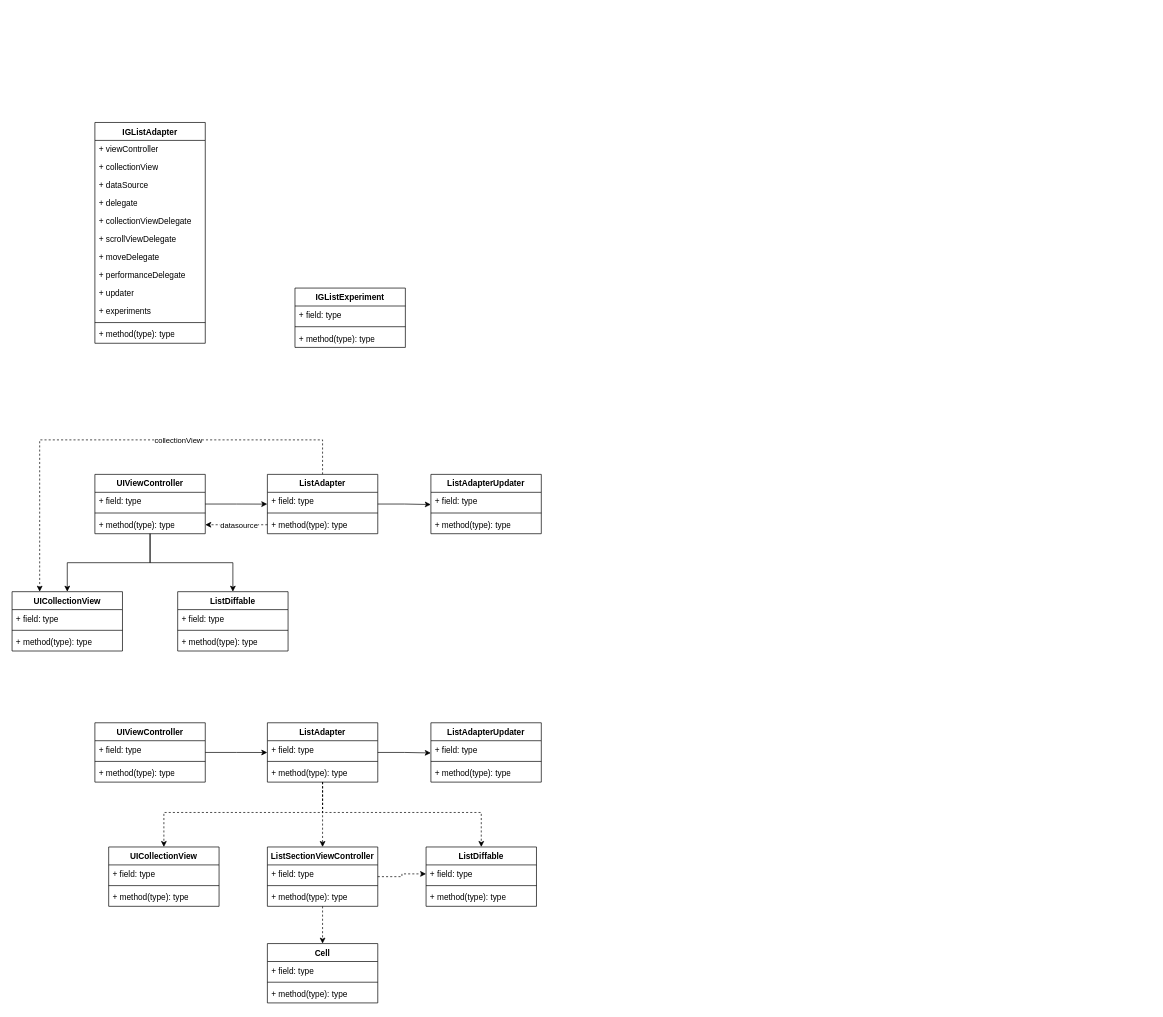
This is iglist.drawio from baochuquan/drawio, a draw.io file, before an edit. Source tidied: cells renumbered, new cells numbered last; positions are measured from the earlier drawing's top-left corner, leaving out a move shared by most shapes. Both pictures are drawn from the tidied source at 69%, with x=0, y=0 at pixel (12, 122).
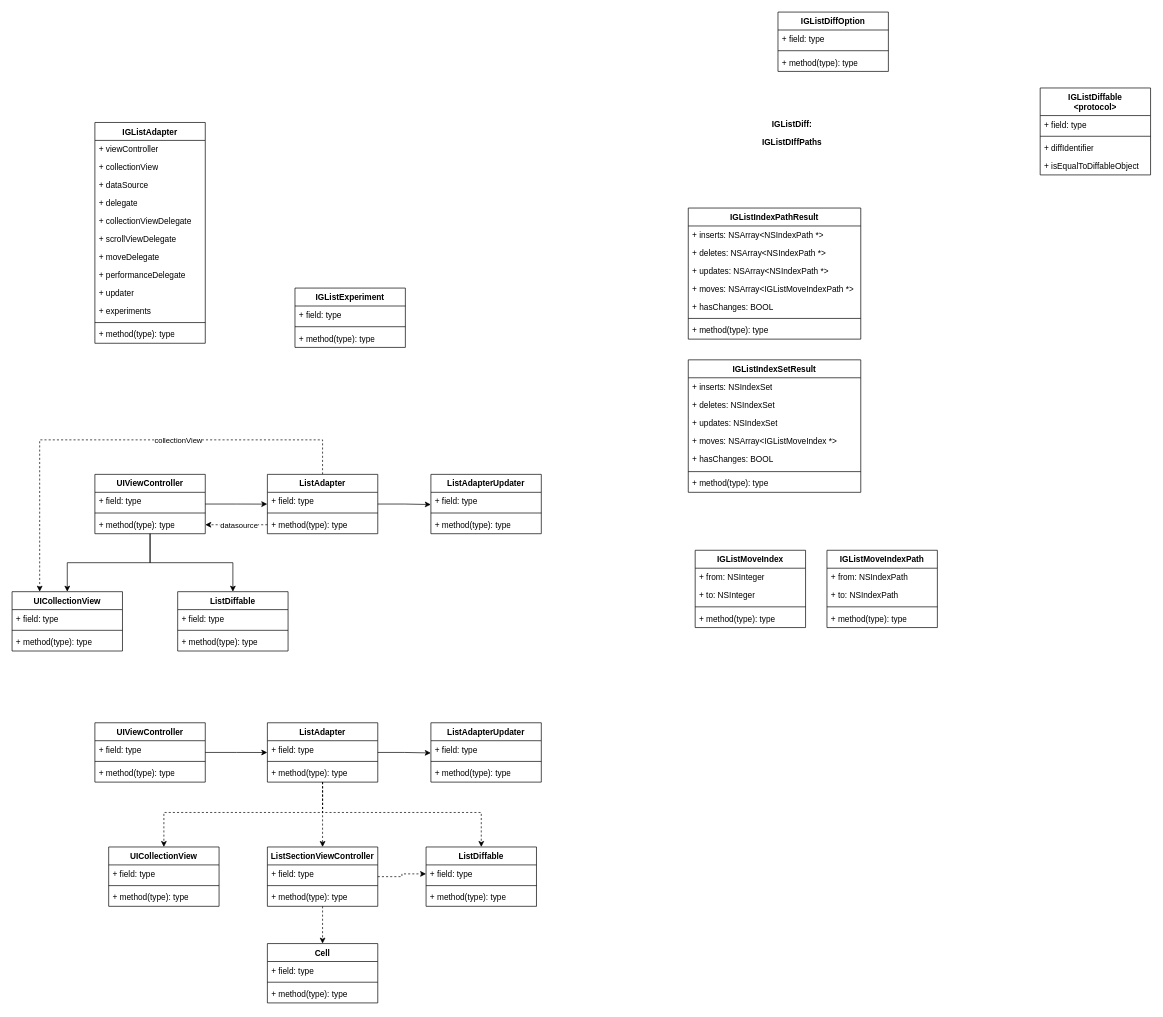
After the change.

What changed in the source:
```diff
@@
+    <mxCell id="82" value="IGListDiffable&lt;br&gt;&amp;lt;protocol&amp;gt;" style="swimlane;fontStyle=1;align=center;verticalAlign=top;horizontal=1;startSize=40;whiteSpace=wrap;html=1;" parent="1" vertex="1">
+      <mxGeometry x="1490" y="-50" width="160" height="126" as="geometry" />
+    </mxCell>
+    <mxCell id="83" value="+ field: type" style="text;strokeColor=none;fillColor=none;align=left;verticalAlign=top;spacingLeft=4;spacingRight=4;overflow=hidden;whiteSpace=wrap;html=1;" parent="82" vertex="1">
+      <mxGeometry y="40" width="160" height="26" as="geometry" />
+    </mxCell>
+    <mxCell id="84" style="line;strokeWidth=1;fillColor=none;align=left;verticalAlign=middle;spacingTop=-1;spacingLeft=3;spacingRight=3;labelPosition=right;strokeColor=inherit;" parent="82" vertex="1">
+      <mxGeometry y="66" width="160" height="8" as="geometry" />
+    </mxCell>
+    <mxCell id="85" value="+ diffIdentifier" style="text;strokeColor=none;fillColor=none;align=left;verticalAlign=top;spacingLeft=4;spacingRight=4;overflow=hidden;whiteSpace=wrap;html=1;" parent="82" vertex="1">
+      <mxGeometry y="74" width="160" height="26" as="geometry" />
+    </mxCell>
+    <mxCell id="86" value="+ isEqualToDiffableObject" style="text;strokeColor=none;fillColor=none;align=left;verticalAlign=top;spacingLeft=4;spacingRight=4;overflow=hidden;whiteSpace=wrap;html=1;" parent="82" vertex="1">
+      <mxGeometry y="100" width="160" height="26" as="geometry" />
+    </mxCell>
+    <mxCell id="87" value="IGListDiffOption" style="swimlane;fontStyle=1;align=center;verticalAlign=top;horizontal=1;startSize=26;whiteSpace=wrap;html=1;" parent="1" vertex="1">
+      <mxGeometry x="1110" y="-160" width="160" height="86" as="geometry" />
+    </mxCell>
+    <mxCell id="88" value="+ field: type" style="text;strokeColor=none;fillColor=none;align=left;verticalAlign=top;spacingLeft=4;spacingRight=4;overflow=hidden;whiteSpace=wrap;html=1;" parent="87" vertex="1">
+      <mxGeometry y="26" width="160" height="26" as="geometry" />
+    </mxCell>
+    <mxCell id="89" style="line;strokeWidth=1;fillColor=none;align=left;verticalAlign=middle;spacingTop=-1;spacingLeft=3;spacingRight=3;labelPosition=right;strokeColor=inherit;" parent="87" vertex="1">
+      <mxGeometry y="52" width="160" height="8" as="geometry" />
+    </mxCell>
+    <mxCell id="90" value="+ method(type): type" style="text;strokeColor=none;fillColor=none;align=left;verticalAlign=top;spacingLeft=4;spacingRight=4;overflow=hidden;whiteSpace=wrap;html=1;" parent="87" vertex="1">
+      <mxGeometry y="60" width="160" height="26" as="geometry" />
+    </mxCell>
+    <mxCell id="91" value="IGListDiff:" style="text;align=center;fontStyle=1;verticalAlign=middle;spacingLeft=3;spacingRight=3;strokeColor=none;html=1;" parent="1" vertex="1">
+      <mxGeometry x="1090" y="-10" width="80" height="26" as="geometry" />
+    </mxCell>
+    <mxCell id="92" value="IGListDIffPaths" style="text;align=center;fontStyle=1;verticalAlign=middle;spacingLeft=3;spacingRight=3;strokeColor=none;html=1;" parent="1" vertex="1">
+      <mxGeometry x="1090" y="16" width="80" height="26" as="geometry" />
+    </mxCell>
+    <mxCell id="93" value="IGListIndexSetResult" style="swimlane;fontStyle=1;align=center;verticalAlign=top;horizontal=1;startSize=26;whiteSpace=wrap;html=1;" parent="1" vertex="1">
+      <mxGeometry x="980" y="344" width="250" height="192" as="geometry" />
+    </mxCell>
+    <mxCell id="94" value="+ inserts: NSIndexSet" style="text;strokeColor=none;fillColor=none;align=left;verticalAlign=top;spacingLeft=4;spacingRight=4;overflow=hidden;whiteSpace=wrap;html=1;" parent="93" vertex="1">
+      <mxGeometry y="26" width="250" height="26" as="geometry" />
+    </mxCell>
+    <mxCell id="95" value="+ deletes: NSIndexSet" style="text;strokeColor=none;fillColor=none;align=left;verticalAlign=top;spacingLeft=4;spacingRight=4;overflow=hidden;whiteSpace=wrap;html=1;" parent="93" vertex="1">
+      <mxGeometry y="52" width="250" height="26" as="geometry" />
+    </mxCell>
+    <mxCell id="96" value="+ updates: NSIndexSet" style="text;strokeColor=none;fillColor=none;align=left;verticalAlign=top;spacingLeft=4;spacingRight=4;overflow=hidden;whiteSpace=wrap;html=1;" parent="93" vertex="1">
+      <mxGeometry y="78" width="250" height="26" as="geometry" />
+    </mxCell>
+    <mxCell id="97" value="+ moves: NSArray&amp;lt;IGListMoveIndex *&amp;gt;" style="text;strokeColor=none;fillColor=none;align=left;verticalAlign=top;spacingLeft=4;spacingRight=4;overflow=hidden;whiteSpace=wrap;html=1;" parent="93" vertex="1">
+      <mxGeometry y="104" width="250" height="26" as="geometry" />
+    </mxCell>
+    <mxCell id="98" value="+ hasChanges: BOOL" style="text;strokeColor=none;fillColor=none;align=left;verticalAlign=top;spacingLeft=4;spacingRight=4;overflow=hidden;whiteSpace=wrap;html=1;" parent="93" vertex="1">
+      <mxGeometry y="130" width="250" height="28" as="geometry" />
+    </mxCell>
+    <mxCell id="99" style="line;strokeWidth=1;fillColor=none;align=left;verticalAlign=middle;spacingTop=-1;spacingLeft=3;spacingRight=3;labelPosition=right;strokeColor=inherit;" parent="93" vertex="1">
+      <mxGeometry y="158" width="250" height="8" as="geometry" />
+    </mxCell>
+    <mxCell id="100" value="+ method(type): type" style="text;strokeColor=none;fillColor=none;align=left;verticalAlign=top;spacingLeft=4;spacingRight=4;overflow=hidden;whiteSpace=wrap;html=1;" parent="93" vertex="1">
+      <mxGeometry y="166" width="250" height="26" as="geometry" />
+    </mxCell>
+    <mxCell id="101" value="IGListIndexPathResult" style="swimlane;fontStyle=1;align=center;verticalAlign=top;horizontal=1;startSize=26;whiteSpace=wrap;html=1;" parent="1" vertex="1">
+      <mxGeometry x="980" y="124" width="250" height="190" as="geometry" />
+    </mxCell>
+    <mxCell id="102" value="+ inserts: NSArray&amp;lt;NSIndexPath *&amp;gt;" style="text;strokeColor=none;fillColor=none;align=left;verticalAlign=top;spacingLeft=4;spacingRight=4;overflow=hidden;whiteSpace=wrap;html=1;" parent="101" vertex="1">
+      <mxGeometry y="26" width="250" height="26" as="geometry" />
+    </mxCell>
+    <mxCell id="103" value="+ deletes: NSArray&amp;lt;NSIndexPath *&amp;gt;" style="text;strokeColor=none;fillColor=none;align=left;verticalAlign=top;spacingLeft=4;spacingRight=4;overflow=hidden;whiteSpace=wrap;html=1;" parent="101" vertex="1">
+      <mxGeometry y="52" width="250" height="26" as="geometry" />
+    </mxCell>
+    <mxCell id="104" value="+ updates: NSArray&amp;lt;NSIndexPath *&amp;gt;" style="text;strokeColor=none;fillColor=none;align=left;verticalAlign=top;spacingLeft=4;spacingRight=4;overflow=hidden;whiteSpace=wrap;html=1;" parent="101" vertex="1">
+      <mxGeometry y="78" width="250" height="26" as="geometry" />
+    </mxCell>
+    <mxCell id="105" value="+ moves: NSArray&amp;lt;IGListMoveIndexPath *&amp;gt;" style="text;strokeColor=none;fillColor=none;align=left;verticalAlign=top;spacingLeft=4;spacingRight=4;overflow=hidden;whiteSpace=wrap;html=1;" parent="101" vertex="1">
+      <mxGeometry y="104" width="250" height="26" as="geometry" />
+    </mxCell>
+    <mxCell id="106" value="+ hasChanges: BOOL" style="text;strokeColor=none;fillColor=none;align=left;verticalAlign=top;spacingLeft=4;spacingRight=4;overflow=hidden;whiteSpace=wrap;html=1;" parent="101" vertex="1">
+      <mxGeometry y="130" width="250" height="26" as="geometry" />
+    </mxCell>
+    <mxCell id="107" style="line;strokeWidth=1;fillColor=none;align=left;verticalAlign=middle;spacingTop=-1;spacingLeft=3;spacingRight=3;labelPosition=right;strokeColor=inherit;" parent="101" vertex="1">
+      <mxGeometry y="156" width="250" height="8" as="geometry" />
+    </mxCell>
+    <mxCell id="108" value="+ method(type): type" style="text;strokeColor=none;fillColor=none;align=left;verticalAlign=top;spacingLeft=4;spacingRight=4;overflow=hidden;whiteSpace=wrap;html=1;" parent="101" vertex="1">
+      <mxGeometry y="164" width="250" height="26" as="geometry" />
+    </mxCell>
+    <mxCell id="109" value="IGListMoveIndex" style="swimlane;fontStyle=1;align=center;verticalAlign=top;horizontal=1;startSize=26;whiteSpace=wrap;html=1;" parent="1" vertex="1">
+      <mxGeometry x="990" y="620" width="160" height="112" as="geometry" />
+    </mxCell>
+    <mxCell id="110" value="+ from: NSInteger" style="text;strokeColor=none;fillColor=none;align=left;verticalAlign=top;spacingLeft=4;spacingRight=4;overflow=hidden;whiteSpace=wrap;html=1;" parent="109" vertex="1">
+      <mxGeometry y="26" width="160" height="26" as="geometry" />
+    </mxCell>
+    <mxCell id="111" value="+ to: NSInteger" style="text;strokeColor=none;fillColor=none;align=left;verticalAlign=top;spacingLeft=4;spacingRight=4;overflow=hidden;whiteSpace=wrap;html=1;" parent="109" vertex="1">
+      <mxGeometry y="52" width="160" height="26" as="geometry" />
+    </mxCell>
+    <mxCell id="112" style="line;strokeWidth=1;fillColor=none;align=left;verticalAlign=middle;spacingTop=-1;spacingLeft=3;spacingRight=3;labelPosition=right;strokeColor=inherit;" parent="109" vertex="1">
+      <mxGeometry y="78" width="160" height="8" as="geometry" />
+    </mxCell>
+    <mxCell id="113" value="+ method(type): type" style="text;strokeColor=none;fillColor=none;align=left;verticalAlign=top;spacingLeft=4;spacingRight=4;overflow=hidden;whiteSpace=wrap;html=1;" parent="109" vertex="1">
+      <mxGeometry y="86" width="160" height="26" as="geometry" />
+    </mxCell>
+    <mxCell id="114" value="IGListMoveIndexPath" style="swimlane;fontStyle=1;align=center;verticalAlign=top;horizontal=1;startSize=26;whiteSpace=wrap;html=1;" parent="1" vertex="1">
+      <mxGeometry x="1181" y="620" width="160" height="112" as="geometry" />
+    </mxCell>
+    <mxCell id="115" value="+ from: NSIndexPath" style="text;strokeColor=none;fillColor=none;align=left;verticalAlign=top;spacingLeft=4;spacingRight=4;overflow=hidden;whiteSpace=wrap;html=1;" parent="114" vertex="1">
+      <mxGeometry y="26" width="160" height="26" as="geometry" />
+    </mxCell>
+    <mxCell id="116" value="+ to: NSIndexPath" style="text;strokeColor=none;fillColor=none;align=left;verticalAlign=top;spacingLeft=4;spacingRight=4;overflow=hidden;whiteSpace=wrap;html=1;" parent="114" vertex="1">
+      <mxGeometry y="52" width="160" height="26" as="geometry" />
+    </mxCell>
+    <mxCell id="117" style="line;strokeWidth=1;fillColor=none;align=left;verticalAlign=middle;spacingTop=-1;spacingLeft=3;spacingRight=3;labelPosition=right;strokeColor=inherit;" parent="114" vertex="1">
+      <mxGeometry y="78" width="160" height="8" as="geometry" />
+    </mxCell>
+    <mxCell id="118" value="+ method(type): type" style="text;strokeColor=none;fillColor=none;align=left;verticalAlign=top;spacingLeft=4;spacingRight=4;overflow=hidden;whiteSpace=wrap;html=1;" parent="114" vertex="1">
+      <mxGeometry y="86" width="160" height="26" as="geometry" />
+    </mxCell>
```
